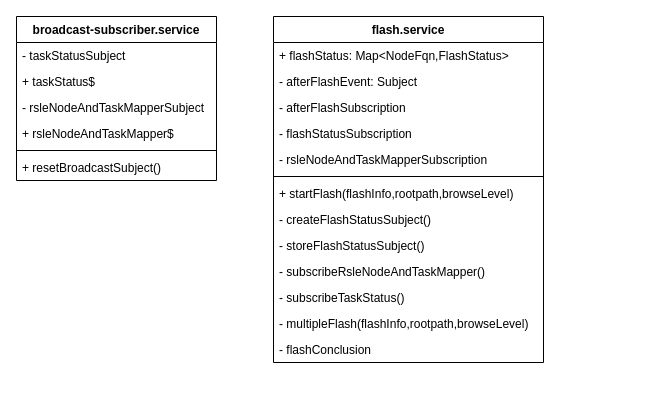
Above: flash flow.drawio in ten-ltw/diagrams (draw.io), before the change. Source tidied: cells renumbered, new cells numbered last; positions are measured from the earlier drawing's top-left corner, leaving out a move shared by most shapes. Both pictures are drawn from the tidied source at 100%, with x=0, y=0 at pixel (16, 16).
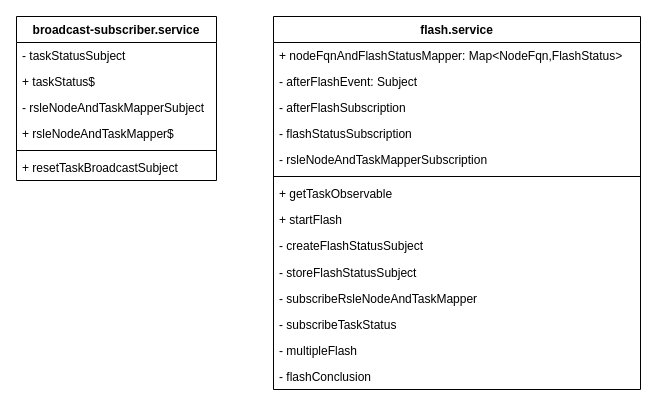
Above is the later version.

Unchanged cells that the change refers to:
```xml
<mxCell id="2" value="broadcast-subscriber.service" style="swimlane;fontStyle=1;align=center;verticalAlign=top;horizontal=1;startSize=26;" parent="1" vertex="1">
  <mxGeometry width="200" height="164" as="geometry" />
</mxCell>
```

Diff of the diagram source:
```diff
@@
-    <mxCell id="8" value="+ resetBroadcastSubject()" style="text;strokeColor=none;fillColor=none;align=left;verticalAlign=top;spacingLeft=4;spacingRight=4;overflow=hidden;" parent="2" vertex="1">
+    <mxCell id="8" value="+ resetTaskBroadcastSubject" style="text;strokeColor=none;fillColor=none;align=left;verticalAlign=top;spacingLeft=4;spacingRight=4;overflow=hidden;" parent="2" vertex="1">
       <mxGeometry y="138" width="200" height="26" as="geometry" />
     </mxCell>
     <mxCell id="9" value="flash.service" style="swimlane;fontStyle=1;align=center;verticalAlign=top;horizontal=1;startSize=26;" parent="1" vertex="1">
-      <mxGeometry x="257" width="270" height="346" as="geometry" />
+      <mxGeometry x="257" width="367" height="373" as="geometry" />
     </mxCell>
-    <mxCell id="10" value="+ flashStatus: Map&lt;NodeFqn,FlashStatus&gt;" style="text;strokeColor=none;fillColor=none;align=left;verticalAlign=top;spacingLeft=4;spacingRight=4;overflow=hidden;" parent="9" vertex="1">
-      <mxGeometry y="26" width="270" height="26" as="geometry" />
+    <mxCell id="10" value="+ nodeFqnAndFlashStatusMapper: Map&lt;NodeFqn,FlashStatus&gt;" style="text;strokeColor=none;fillColor=none;align=left;verticalAlign=top;spacingLeft=4;spacingRight=4;overflow=hidden;" parent="9" vertex="1">
+      <mxGeometry y="26" width="367" height="26" as="geometry" />
     </mxCell>
     <mxCell id="11" value="- afterFlashEvent: Subject" style="text;strokeColor=none;fillColor=none;align=left;verticalAlign=top;spacingLeft=4;spacingRight=4;overflow=hidden;" parent="9" vertex="1">
-      <mxGeometry y="52" width="270" height="26" as="geometry" />
+      <mxGeometry y="52" width="367" height="26" as="geometry" />
     </mxCell>
     <mxCell id="12" value="- afterFlashSubscription" style="text;strokeColor=none;fillColor=none;align=left;verticalAlign=top;spacingLeft=4;spacingRight=4;overflow=hidden;" parent="9" vertex="1">
-      <mxGeometry y="78" width="270" height="26" as="geometry" />
+      <mxGeometry y="78" width="367" height="26" as="geometry" />
     </mxCell>
     <mxCell id="13" value="- flashStatusSubscription" style="text;strokeColor=none;fillColor=none;align=left;verticalAlign=top;spacingLeft=4;spacingRight=4;overflow=hidden;" parent="9" vertex="1">
-      <mxGeometry y="104" width="270" height="26" as="geometry" />
+      <mxGeometry y="104" width="367" height="26" as="geometry" />
     </mxCell>
     <mxCell id="14" value="- rsleNodeAndTaskMapperSubscription" style="text;strokeColor=none;fillColor=none;align=left;verticalAlign=top;spacingLeft=4;spacingRight=4;overflow=hidden;" parent="9" vertex="1">
-      <mxGeometry y="130" width="270" height="26" as="geometry" />
+      <mxGeometry y="130" width="367" height="26" as="geometry" />
     </mxCell>
     <mxCell id="15" style="line;strokeWidth=1;fillColor=none;align=left;verticalAlign=middle;spacingTop=-1;spacingLeft=3;spacingRight=3;labelPosition=right;" parent="9" vertex="1">
-      <mxGeometry y="156" width="270" height="8" as="geometry" />
+      <mxGeometry y="156" width="367" height="8" as="geometry" />
     </mxCell>
-    <mxCell id="16" value="+ startFlash(flashInfo,rootpath,browseLevel)" style="text;strokeColor=none;fillColor=none;align=left;verticalAlign=top;spacingLeft=4;spacingRight=4;overflow=hidden;" parent="9" vertex="1">
-      <mxGeometry y="164" width="270" height="26" as="geometry" />
+    <mxCell id="16" value="+ getTaskObservable" style="text;strokeColor=none;fillColor=none;align=left;verticalAlign=top;spacingLeft=4;spacingRight=4;overflow=hidden;" parent="9" vertex="1">
+      <mxGeometry y="164" width="367" height="26" as="geometry" />
     </mxCell>
+    <mxCell id="23" value="+ startFlash" style="text;strokeColor=none;fillColor=none;align=left;verticalAlign=top;spacingLeft=4;spacingRight=4;overflow=hidden;" parent="9" vertex="1">
+      <mxGeometry y="190" width="367" height="26" as="geometry" />
+    </mxCell>
-    <mxCell id="17" value="- createFlashStatusSubject()" style="text;strokeColor=none;fillColor=none;align=left;verticalAlign=top;spacingLeft=4;spacingRight=4;overflow=hidden;" parent="9" vertex="1">
-      <mxGeometry y="190" width="270" height="26" as="geometry" />
+    <mxCell id="17" value="- createFlashStatusSubject" style="text;strokeColor=none;fillColor=none;align=left;verticalAlign=top;spacingLeft=4;spacingRight=4;overflow=hidden;" parent="9" vertex="1">
+      <mxGeometry y="216" width="367" height="27" as="geometry" />
     </mxCell>
-    <mxCell id="18" value="- storeFlashStatusSubject()" style="text;strokeColor=none;fillColor=none;align=left;verticalAlign=top;spacingLeft=4;spacingRight=4;overflow=hidden;" parent="9" vertex="1">
-      <mxGeometry y="216" width="270" height="26" as="geometry" />
+    <mxCell id="18" value="- storeFlashStatusSubject" style="text;strokeColor=none;fillColor=none;align=left;verticalAlign=top;spacingLeft=4;spacingRight=4;overflow=hidden;" parent="9" vertex="1">
+      <mxGeometry y="243" width="367" height="26" as="geometry" />
     </mxCell>
-    <mxCell id="19" value="- subscribeRsleNodeAndTaskMapper()" style="text;strokeColor=none;fillColor=none;align=left;verticalAlign=top;spacingLeft=4;spacingRight=4;overflow=hidden;" parent="9" vertex="1">
-      <mxGeometry y="242" width="270" height="26" as="geometry" />
+    <mxCell id="19" value="- subscribeRsleNodeAndTaskMapper" style="text;strokeColor=none;fillColor=none;align=left;verticalAlign=top;spacingLeft=4;spacingRight=4;overflow=hidden;" parent="9" vertex="1">
+      <mxGeometry y="269" width="367" height="26" as="geometry" />
     </mxCell>
-    <mxCell id="20" value="- subscribeTaskStatus()" style="text;strokeColor=none;fillColor=none;align=left;verticalAlign=top;spacingLeft=4;spacingRight=4;overflow=hidden;" parent="9" vertex="1">
-      <mxGeometry y="268" width="270" height="26" as="geometry" />
+    <mxCell id="20" value="- subscribeTaskStatus" style="text;strokeColor=none;fillColor=none;align=left;verticalAlign=top;spacingLeft=4;spacingRight=4;overflow=hidden;" parent="9" vertex="1">
+      <mxGeometry y="295" width="367" height="26" as="geometry" />
     </mxCell>
-    <mxCell id="21" value="- multipleFlash(flashInfo,rootpath,browseLevel)" style="text;strokeColor=none;fillColor=none;align=left;verticalAlign=top;spacingLeft=4;spacingRight=4;overflow=hidden;" parent="9" vertex="1">
-      <mxGeometry y="294" width="270" height="26" as="geometry" />
+    <mxCell id="21" value="- multipleFlash" style="text;strokeColor=none;fillColor=none;align=left;verticalAlign=top;spacingLeft=4;spacingRight=4;overflow=hidden;" parent="9" vertex="1">
+      <mxGeometry y="321" width="367" height="26" as="geometry" />
     </mxCell>
     <mxCell id="22" value="- flashConclusion" style="text;strokeColor=none;fillColor=none;align=left;verticalAlign=top;spacingLeft=4;spacingRight=4;overflow=hidden;" parent="9" vertex="1">
-      <mxGeometry y="320" width="270" height="26" as="geometry" />
+      <mxGeometry y="347" width="367" height="26" as="geometry" />
     </mxCell>
```
